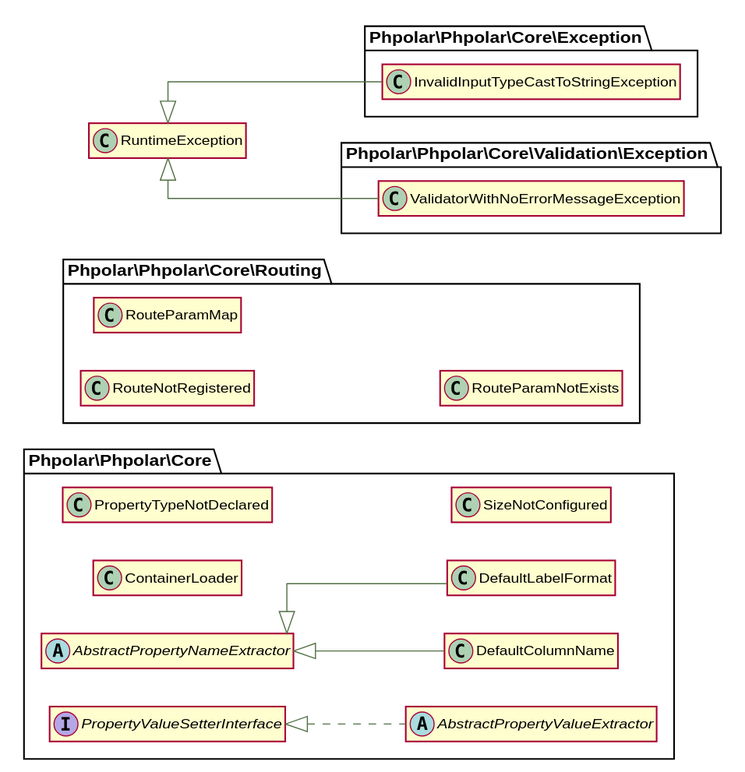
Earlier version of the PlantUML export docs/graphs/classes.svg (phpolar/core).
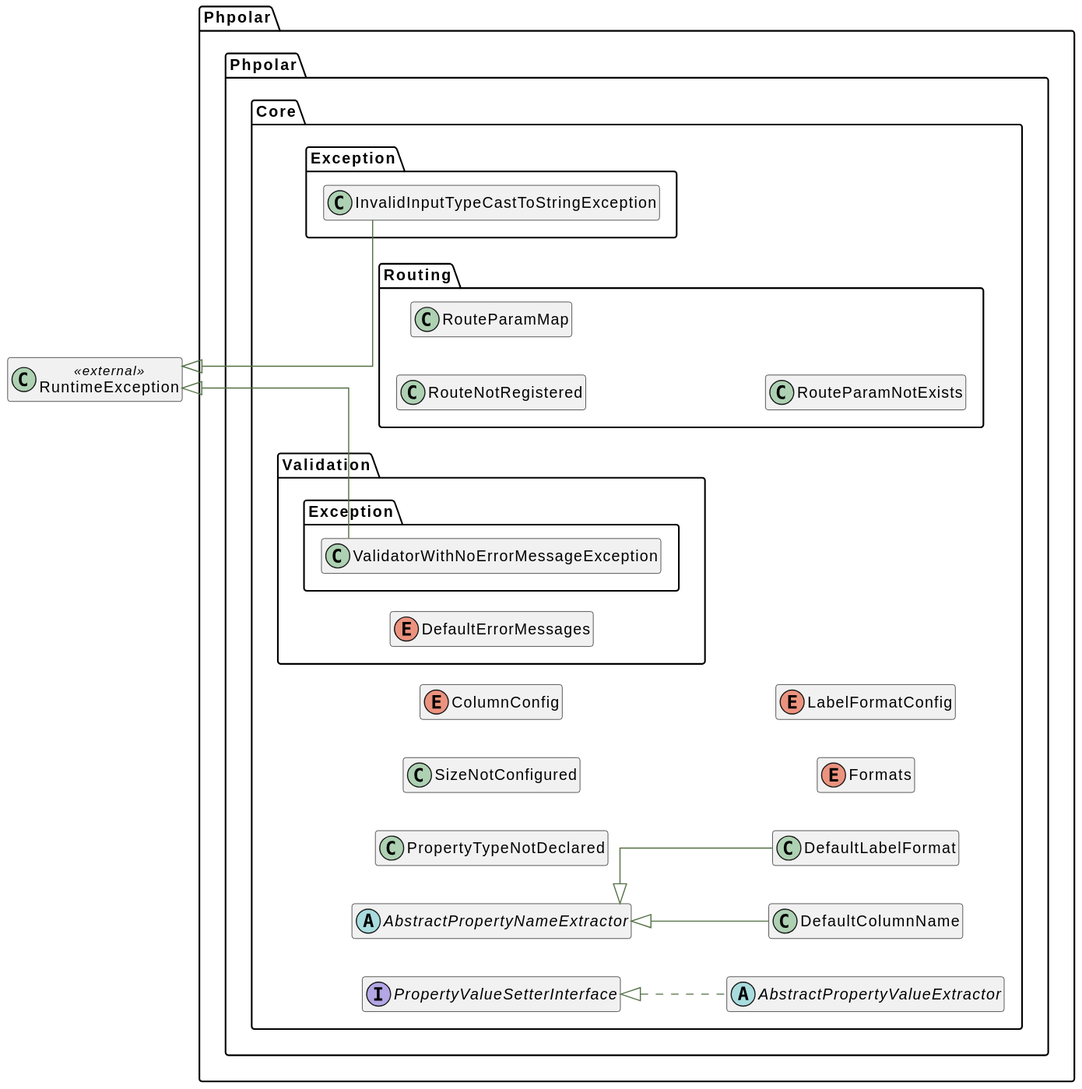
Later version of the same file.

What changed in the source:
```diff
@@ -12,44 +12,70 @@
 left to right direction
 set namespaceSeparator \\
 
-
-abstract class \\Phpolar\\Phpolar\\Core\\AbstractPropertyNameExtractor {
+namespace Phpolar\\Phpolar\\Core {
+    abstract  class "AbstractPropertyNameExtractor" as AbstractPropertyNameExtractor__class    {
+    }
 }
-
-abstract class \\Phpolar\\Phpolar\\Core\\AbstractPropertyValueExtractor implements \\Phpolar\\Phpolar\\Core\\PropertyValueSetterInterface {
+namespace Phpolar\\Phpolar\\Core {
+    interface "PropertyValueSetterInterface" as PropertyValueSetterInterface__interface  {
+    }
 }
-
-class \\Phpolar\\Phpolar\\Core\\ContainerLoader {
+namespace Phpolar\\Phpolar\\Core {
+    abstract  class "AbstractPropertyValueExtractor" as AbstractPropertyValueExtractor__class    implements \\Phpolar\\Phpolar\\Core\\PropertyValueSetterInterface__interface {
+    }
 }
-
-class \\Phpolar\\Phpolar\\Core\\DefaultColumnName extends \\Phpolar\\Phpolar\\Core\\AbstractPropertyNameExtractor {
+namespace Phpolar\\Phpolar\\Core {
+     class "DefaultColumnName" as DefaultColumnName__class   extends \\Phpolar\\Phpolar\\Core\\AbstractPropertyNameExtractor__class  {
+    }
 }
-
-class \\Phpolar\\Phpolar\\Core\\DefaultLabelFormat extends \\Phpolar\\Phpolar\\Core\\AbstractPropertyNameExtractor {
+namespace Phpolar\\Phpolar\\Core {
+     class "DefaultLabelFormat" as DefaultLabelFormat__class   extends \\Phpolar\\Phpolar\\Core\\AbstractPropertyNameExtractor__class  {
+    }
 }
-
-class \\Phpolar\\Phpolar\\Core\\PropertyTypeNotDeclared {
+namespace Phpolar\\Phpolar\\Core {
+     class "PropertyTypeNotDeclared" as PropertyTypeNotDeclared__class    {
+    }
 }
-
-class \\Phpolar\\Phpolar\\Core\\SizeNotConfigured {
+namespace Phpolar\\Phpolar\\Core {
+     class "SizeNotConfigured" as SizeNotConfigured__class    {
+    }
 }
-
-interface \\Phpolar\\Phpolar\\Core\\PropertyValueSetterInterface {
+namespace Phpolar\\Phpolar\\Core {
+    enum "ColumnConfig" as ColumnConfig__enum {
+    }
 }
-
-class \\Phpolar\\Phpolar\\Core\\Exception\\InvalidInputTypeCastToStringException extends \\RuntimeException {
+namespace Phpolar\\Phpolar\\Core {
+    enum "Formats" as Formats__enum {
+    }
 }
-
-class \\Phpolar\\Phpolar\\Core\\Routing\\RouteNotRegistered {
+namespace Phpolar\\Phpolar\\Core {
+    enum "LabelFormatConfig" as LabelFormatConfig__enum {
+    }
 }
-
-class \\Phpolar\\Phpolar\\Core\\Routing\\RouteParamMap {
+class "RuntimeException" as RuntimeException__class << external >>{
 }
-
-class \\Phpolar\\Phpolar\\Core\\Routing\\RouteParamNotExists {
+namespace Phpolar\\Phpolar\\Core\\Exception {
+     class "InvalidInputTypeCastToStringException" as InvalidInputTypeCastToStringException__class   extends \\RuntimeException__class  {
+    }
 }
-
-class \\Phpolar\\Phpolar\\Core\\Validation\\Exception\\ValidatorWithNoErrorMessageException extends \\RuntimeException {
+namespace Phpolar\\Phpolar\\Core\\Routing {
+     class "RouteNotRegistered" as RouteNotRegistered__class    {
+    }
 }
-
+namespace Phpolar\\Phpolar\\Core\\Routing {
+     class "RouteParamMap" as RouteParamMap__class    {
+    }
+}
+namespace Phpolar\\Phpolar\\Core\\Routing {
+     class "RouteParamNotExists" as RouteParamNotExists__class    {
+    }
+}
+namespace Phpolar\\Phpolar\\Core\\Validation {
+    enum "DefaultErrorMessages" as DefaultErrorMessages__enum {
+    }
+}
+namespace Phpolar\\Phpolar\\Core\\Validation\\Exception {
+     class "ValidatorWithNoErrorMessageException" as ValidatorWithNoErrorMessageException__class   extends \\RuntimeException__class  {
+    }
+}
 @enduml
```
